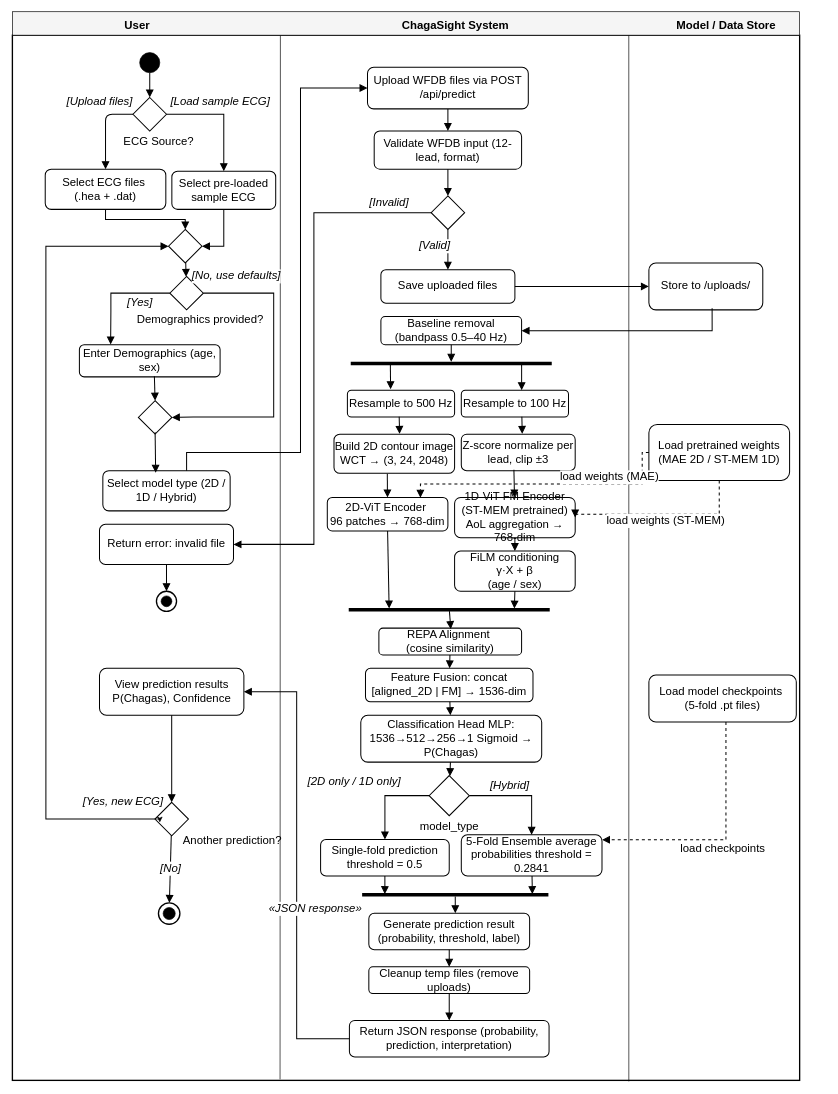
SanuthMandepa/ChagaSight keeps this draw.io diagram as Final Diagrams/activity_diagram_bw.drawio. Above is the earlier version. Source tidied: cells renumbered, new cells numbered last; positions are measured from the earlier drawing's top-left corner, leaving out a move shared by most shapes. Both pictures are drawn from the tidied source at 67%, with x=0, y=0 at pixel (12, 11).
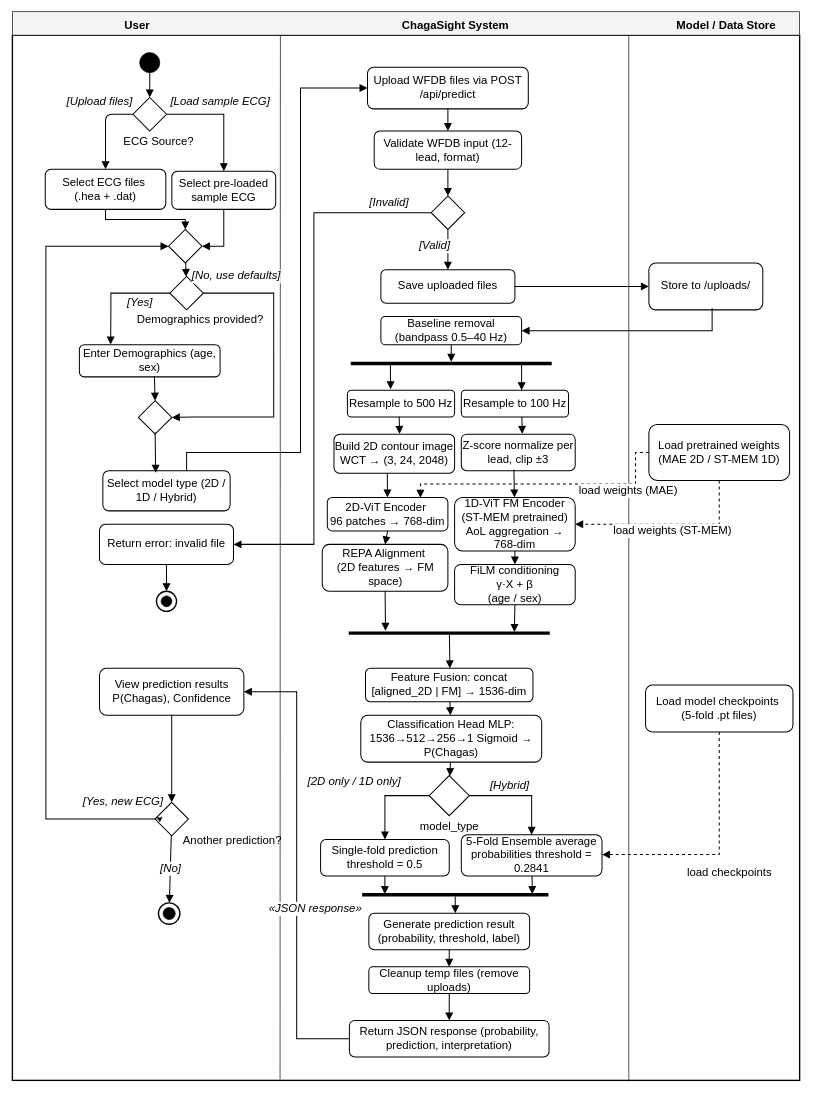
After the change.

Unchanged cells that the change refers to:
```xml
<mxCell id="36" value="2D-ViT Encoder&amp;nbsp;&lt;div&gt;96 patches → 768-dim&lt;/div&gt;" style="rounded=1;whiteSpace=wrap;html=1;fillColor=#ffffff;strokeColor=#000000;strokeWidth=1.5;fontSize=17;" parent="1" vertex="1">
  <mxGeometry x="470" y="725" width="180" height="50" as="geometry" />
</mxCell>
<mxCell id="43" value="Feature Fusion: concat [aligned_2D | FM] → 1536-dim" style="rounded=1;whiteSpace=wrap;html=1;fillColor=#ffffff;strokeColor=#000000;strokeWidth=1.5;fontSize=17;" parent="1" vertex="1">
  <mxGeometry x="527" y="980" width="250" height="50" as="geometry" />
</mxCell>
<mxCell id="48" value="5-Fold Ensemble average probabilities threshold = 0.2841" style="rounded=1;whiteSpace=wrap;html=1;fillColor=#ffffff;strokeColor=#000000;strokeWidth=1.5;fontSize=17;" parent="1" vertex="1">
  <mxGeometry x="670" y="1228.5" width="210" height="61.5" as="geometry" />
</mxCell>
<mxCell id="54" value="Load pretrained weights (MAE 2D / ST-MEM 1D)" style="rounded=1;whiteSpace=wrap;html=1;fillColor=#ffffff;strokeColor=#000000;strokeWidth=1.5;fontSize=17;" parent="1" vertex="1">
  <mxGeometry x="950" y="616" width="210" height="83.5" as="geometry" />
</mxCell>
```

What changed in the source:
```diff
@@
     <mxCell id="39" value="1D-ViT FM Encoder&lt;div&gt;(ST-MEM pretrained)&lt;/div&gt;&lt;div&gt;AoL aggregation → 768-dim&lt;/div&gt;" style="rounded=1;whiteSpace=wrap;html=1;fillColor=#ffffff;strokeColor=#000000;strokeWidth=1.5;fontSize=17;" parent="1" vertex="1">
-      <mxGeometry x="660" y="725" width="180" height="60" as="geometry" />
+      <mxGeometry x="660" y="725" width="180" height="80" as="geometry" />
     </mxCell>
     <mxCell id="40" value="FiLM conditioning&lt;div&gt;γ·X + β&lt;/div&gt;&lt;div&gt;(age / sex)&lt;/div&gt;" style="rounded=1;whiteSpace=wrap;html=1;fillColor=#ffffff;strokeColor=#000000;strokeWidth=1.5;fontSize=17;" parent="1" vertex="1">
-      <mxGeometry x="660" y="805" width="180" height="60" as="geometry" />
+      <mxGeometry x="660" y="825" width="180" height="60" as="geometry" />
     </mxCell>
     <mxCell id="41" style="shape=line;html=1;strokeWidth=5;strokeColor=#000000;fillColor=#000000;fontSize=17;" parent="1" vertex="1">
-      <mxGeometry x="502" y="890" width="300" height="5" as="geometry" />
+      <mxGeometry x="502" y="925" width="300" height="5" as="geometry" />
     </mxCell>
-    <mxCell id="42" value="REPA Alignment&amp;nbsp;&lt;div&gt;(cosine similarity)&lt;/div&gt;" style="rounded=1;whiteSpace=wrap;html=1;fillColor=#ffffff;strokeColor=#000000;strokeWidth=1.5;fontSize=17;" parent="1" vertex="1">
-      <mxGeometry x="547" y="920" width="213" height="40" as="geometry" />
+    <mxCell id="42" value="REPA Alignment&amp;nbsp;&lt;div&gt;(2D features → FM space)&lt;/div&gt;" style="rounded=1;whiteSpace=wrap;html=1;fillColor=#ffffff;strokeColor=#000000;strokeWidth=1.5;fontSize=17;" parent="1" vertex="1">
+      <mxGeometry x="462.5" y="795" width="187.5" height="70" as="geometry" />
     </mxCell>
@@
     <mxCell id="55" value="Load model checkpoints&amp;nbsp;&lt;div&gt;(5-fold .pt files)&lt;/div&gt;" style="rounded=1;whiteSpace=wrap;html=1;fillColor=#ffffff;strokeColor=#000000;strokeWidth=1.5;fontSize=17;" parent="1" vertex="1">
-      <mxGeometry x="950" y="990" width="220" height="70" as="geometry" />
+      <mxGeometry x="945" y="1005" width="220" height="70" as="geometry" />
     </mxCell>
@@
-    <mxCell id="79" style="endArrow=block;endFill=1;endSize=8;strokeColor=#000000;strokeWidth=1.5;html=1;entryX=0.201;entryY=0.143;entryDx=0;entryDy=0;entryPerimeter=0;exitX=0.5;exitY=1;exitDx=0;exitDy=0;fontSize=17;" parent="1" edge="1" source="36" target="41">
+    <mxCell id="79" style="endArrow=block;endFill=1;endSize=8;strokeColor=#000000;strokeWidth=1.5;html=1;exitX=0.5;exitY=1;exitDx=0;exitDy=0;entryX=0.5;entryY=0;entryDx=0;entryDy=0;fontSize=17;" parent="1" edge="1" source="36" target="42">
       <mxGeometry relative="1" as="geometry" />
     </mxCell>
@@
-    <mxCell id="84" style="endArrow=block;endFill=1;endSize=8;strokeColor=#000000;strokeWidth=1.5;html=1;entryX=0.504;entryY=0.035;entryDx=0;entryDy=0;entryPerimeter=0;exitX=0.501;exitY=0.933;exitDx=0;exitDy=0;exitPerimeter=0;fontSize=17;" parent="1" edge="1" source="41" target="42">
+    <mxCell id="84" style="endArrow=block;endFill=1;endSize=8;strokeColor=#000000;strokeWidth=1.5;html=1;exitX=0.501;exitY=0.933;exitDx=0;exitDy=0;exitPerimeter=0;entryX=0.504;entryY=0;entryDx=0;entryDy=0;fontSize=17;" parent="1" edge="1" source="41" target="43">
       <mxGeometry relative="1" as="geometry" />
     </mxCell>
     <mxCell id="85" value="load weights (MAE)" style="endArrow=block;endFill=1;endSize=8;strokeColor=#000000;strokeWidth=1.5;html=1;dashed=1;fontSize=17;edgeStyle=orthogonalEdgeStyle;entryX=0.772;entryY=0.009;entryDx=0;entryDy=0;entryPerimeter=0;rounded=0;curved=0;exitX=0;exitY=0.5;exitDx=0;exitDy=0;" parent="1" edge="1" source="54" target="36">
-      <mxGeometry x="-0.48" y="-10" relative="1" as="geometry">
+      <mxGeometry x="-0.62" y="10" relative="1" as="geometry">
         <Array as="points">
-          <mxPoint x="940" y="658" />
-          <mxPoint x="940" y="705" />
+          <mxPoint x="930" y="658" />
+          <mxPoint x="930" y="705" />
           <mxPoint x="609" y="705" />
         </Array>
       </mxGeometry>
     </mxCell>
     <mxCell id="86" value="load weights (ST-MEM)" style="endArrow=block;endFill=1;endSize=8;strokeColor=#000000;strokeWidth=1.5;html=1;dashed=1;fontSize=17;edgeStyle=orthogonalEdgeStyle;exitX=0.5;exitY=1;exitDx=0;exitDy=0;rounded=0;curved=0;entryX=1;entryY=0.5;entryDx=0;entryDy=0;" parent="1" edge="1" source="54" target="39">
       <mxGeometry x="-0.03" y="10" relative="1" as="geometry">
         <Array as="points">
-          <mxPoint x="1055" y="750" />
+          <mxPoint x="1055" y="765" />
         </Array>
       </mxGeometry>
     </mxCell>
-    <mxCell id="87" style="endArrow=block;endFill=1;endSize=8;strokeColor=#000000;strokeWidth=1.5;html=1;fontSize=17;" parent="1" edge="1" source="42" target="43">
+    <mxCell id="87" style="endArrow=block;endFill=1;endSize=8;strokeColor=#000000;strokeWidth=1.5;html=1;exitX=0.5;exitY=1;exitDx=0;exitDy=0;entryX=0.183;entryY=-0.2;entryDx=0;entryDy=0;entryPerimeter=0;fontSize=17;" parent="1" edge="1" source="42" target="41">
       <mxGeometry relative="1" as="geometry" />
     </mxCell>
@@
-    <mxCell id="92" value="load checkpoints" style="endArrow=block;endFill=1;endSize=8;strokeColor=#000000;strokeWidth=1.5;html=1;dashed=1;fontSize=17;edgeStyle=orthogonalEdgeStyle;rounded=0;curved=0;" parent="1" edge="1" source="55" target="48">
-      <mxGeometry y="14" relative="1" as="geometry">
+    <mxCell id="92" value="load checkpoints" style="endArrow=block;endFill=1;endSize=8;strokeColor=#000000;strokeWidth=1.5;html=1;dashed=1;fontSize=17;edgeStyle=orthogonalEdgeStyle;rounded=0;exitX=0.5;exitY=1;exitDx=0;exitDy=0;" parent="1" edge="1" source="55">
+      <mxGeometry x="0.02" y="31" relative="1" as="geometry">
+        <mxPoint x="880" y="1258" as="targetPoint" />
         <Array as="points">
-          <mxPoint x="1065" y="1236" />
+          <mxPoint x="1055" y="1258" />
         </Array>
+        <mxPoint x="15" y="-4" as="offset" />
       </mxGeometry>
     </mxCell>
```
